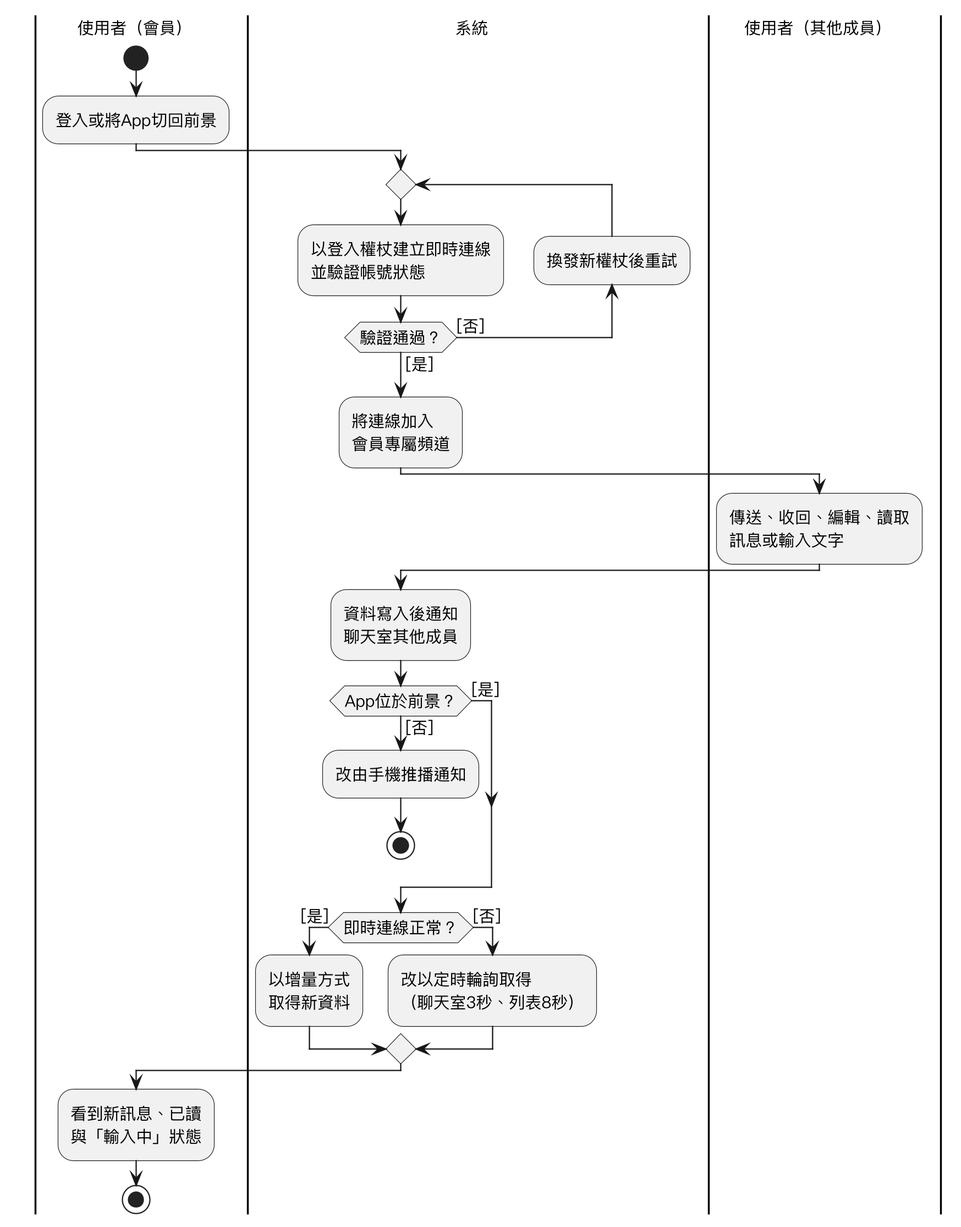
This is Diagrams/Activity diagram/v3/uc28.png from SaveMyBook/SaveMyBook, a PlantUML export, as it was before one commit.
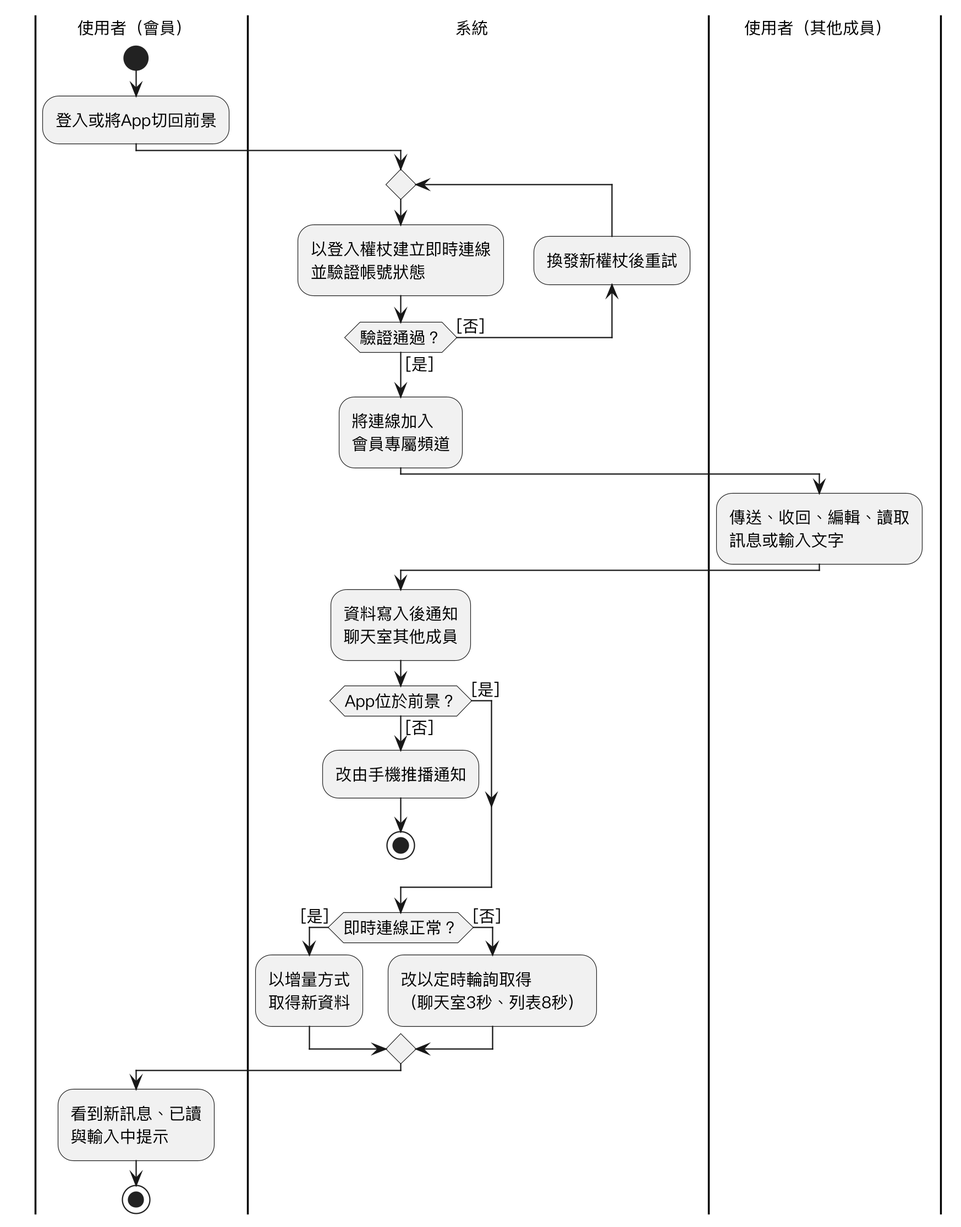
The same file after the commit.

What changed in the source:
```diff
@@ -29,6 +29,6 @@
   :改以定時輪詢取得\n（聊天室3秒、列表8秒）;
 endif
 |使用者（會員）|
-:看到新訊息、已讀\n與「輸入中」狀態;
+:看到新訊息、已讀\n與輸入中提示;
 stop
 @enduml
```
